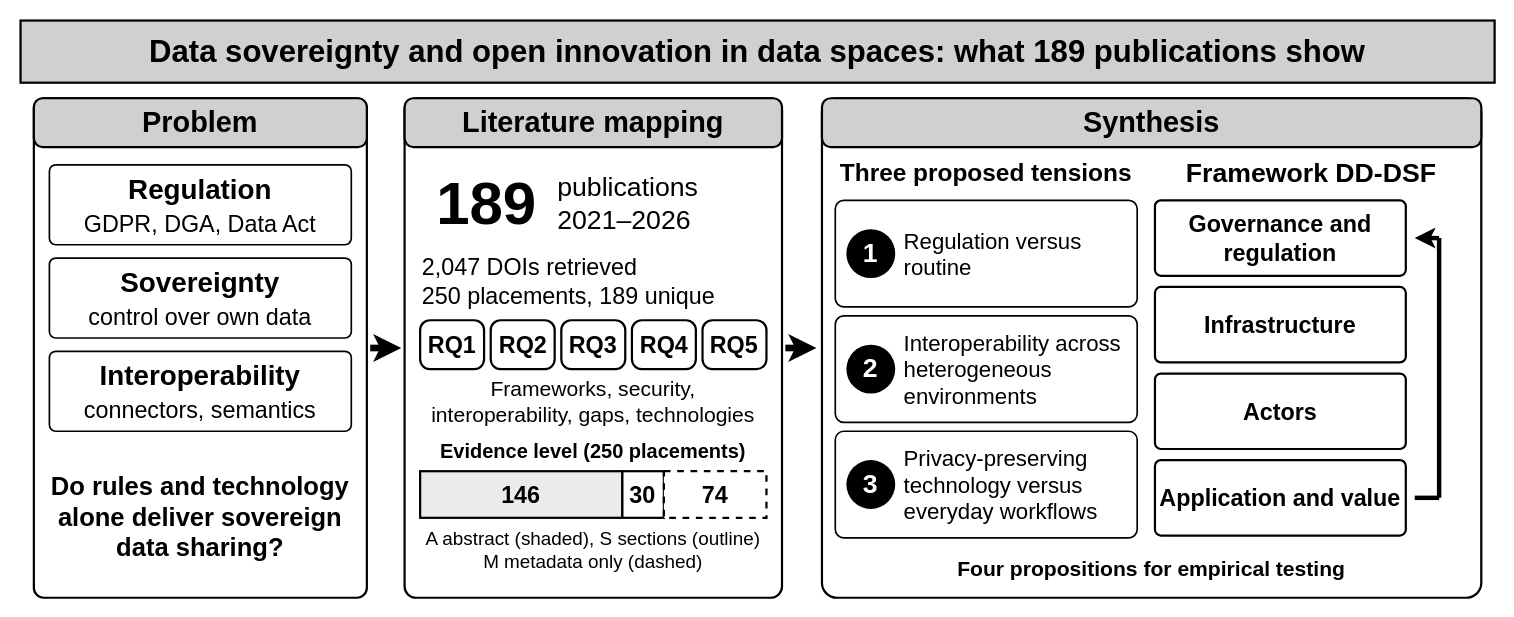
Before: figures/graphical_abstract.drawio in egagraha/slr-dataspace, a draw.io diagram. Source tidied: cells renumbered, new cells numbered last; positions are measured from the earlier drawing's top-left corner, leaving out a move shared by most shapes. Both pictures are drawn from the tidied source at 111%, with x=0, y=0 at pixel (20, 20).
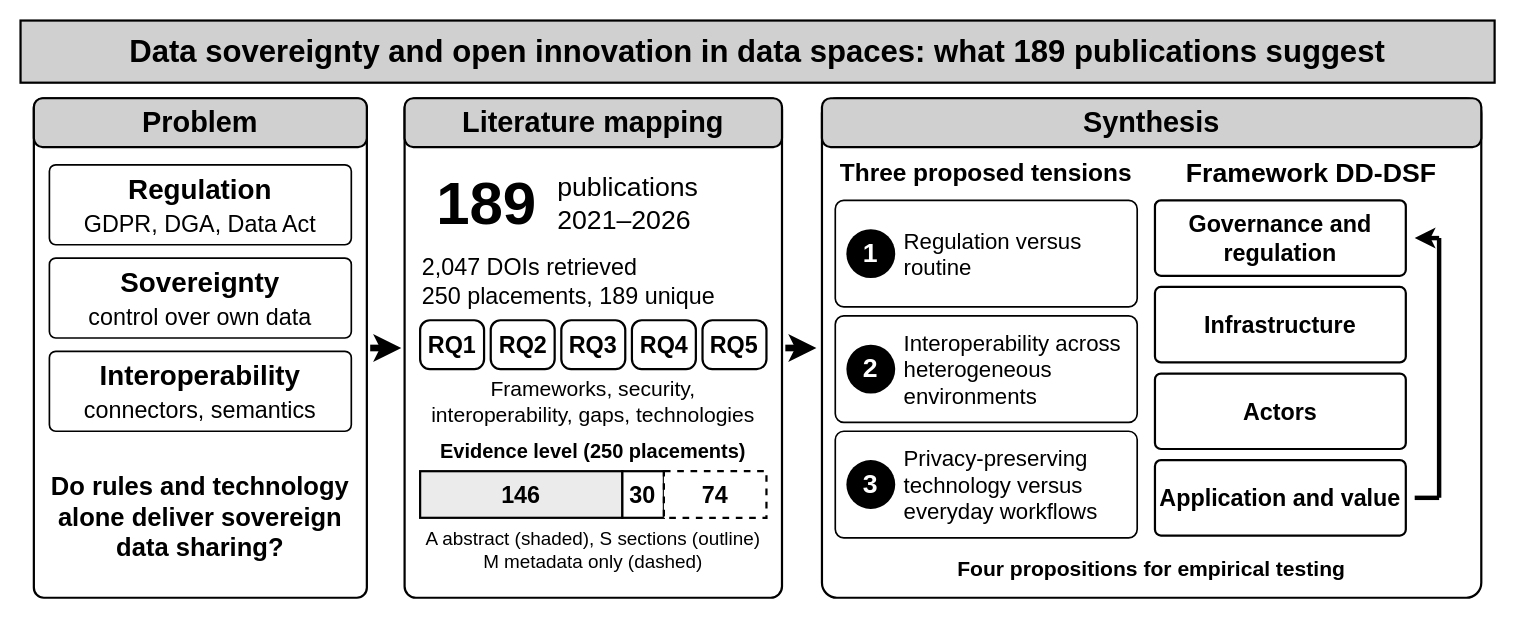
Above is the later version.

Commit message (it also covers changes not shown here):
Graphical abstract: headline 'what 189 publications suggest'

Diff of the diagram source:
```diff
@@
-    <mxCell id="2" value="Data sovereignty and open innovation in data spaces: what 189 publications show" style="rounded=0;whiteSpace=wrap;html=1;fillColor=#D0D0D0;strokeColor=#000000;strokeWidth=2;fontFamily=Helvetica;fontSize=28;fontColor=#000000;fontStyle=1;align=center;verticalAlign=middle;dashed=0;" parent="1" vertex="1">
+    <mxCell id="2" value="Data sovereignty and open innovation in data spaces: what 189 publications suggest" style="rounded=0;whiteSpace=wrap;html=1;fillColor=#D0D0D0;strokeColor=#000000;strokeWidth=2;fontFamily=Helvetica;fontSize=28;fontColor=#000000;fontStyle=1;align=center;verticalAlign=middle;dashed=0;" parent="1" vertex="1">
       <mxGeometry width="1328" height="56" as="geometry" />
     </mxCell>
```
